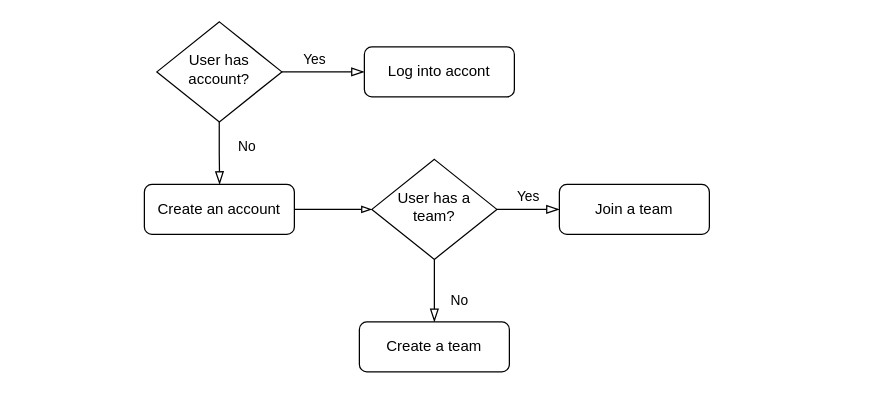
The draw.io diagram Documentation/meetings.flowchart.drawio in TeodoraLazaroiu/Meeting-Management-Application, before the edit. Source tidied: cells renumbered, new cells numbered last; positions are measured from the earlier drawing's top-left corner, leaving out a move shared by most shapes. Both pictures are drawn from the tidied source at 125%, with x=0, y=0 at pixel (144, 21).
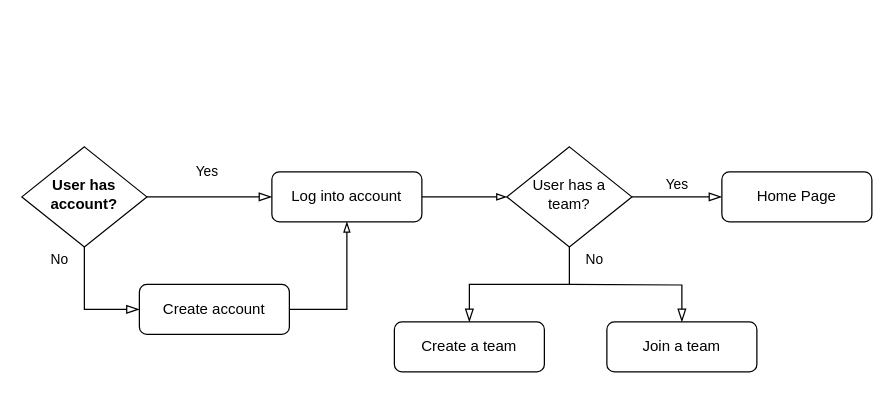
The same diagram, later.

Diff of the diagram source:
```diff
@@
-    <mxCell id="2" value="Yes" style="edgeStyle=orthogonalEdgeStyle;rounded=0;html=1;jettySize=auto;fontSize=11;endArrow=blockThin;endFill=0;endSize=8;strokeWidth=1;shadow=0;labelBackgroundColor=none;" parent="1" edge="1" source="3" target="4">
-      <mxGeometry x="-0.2" y="10" relative="1" as="geometry" />
+    <mxCell id="2" value="No" style="edgeStyle=orthogonalEdgeStyle;rounded=0;html=1;jettySize=auto;fontSize=11;endArrow=blockThin;endFill=0;endSize=8;strokeWidth=1;shadow=0;labelBackgroundColor=none;" parent="1" edge="1" source="3" target="4">
+      <mxGeometry x="-0.79" y="-20" relative="1" as="geometry">
+        <Array as="points">
+          <mxPoint x="-48" y="230" />
+        </Array>
+      </mxGeometry>
     </mxCell>
-    <mxCell id="3" value="User has account?" style="rhombus;whiteSpace=wrap;html=1;shadow=0;fontFamily=Helvetica;fontSize=12;align=center;strokeWidth=1;spacing=6;spacingTop=-4;" parent="1" vertex="1">
-      <mxGeometry x="10" width="100" height="80" as="geometry" />
+    <mxCell id="3" value="User has account?" style="rhombus;whiteSpace=wrap;html=1;shadow=0;fontFamily=Helvetica;fontSize=12;align=center;strokeWidth=1;spacing=6;spacingTop=-4;fontStyle=1;" parent="1" vertex="1">
+      <mxGeometry x="-98" y="100" width="100" height="80" as="geometry" />
     </mxCell>
-    <mxCell id="4" value="Log into accont" style="rounded=1;whiteSpace=wrap;html=1;fontSize=12;glass=0;strokeWidth=1;shadow=0;" parent="1" vertex="1">
-      <mxGeometry x="176" y="20" width="120" height="40" as="geometry" />
+    <mxCell id="4" value="Create account" style="rounded=1;whiteSpace=wrap;html=1;fontSize=12;glass=0;strokeWidth=1;shadow=0;" parent="1" vertex="1">
+      <mxGeometry x="-4" y="210" width="120" height="40" as="geometry" />
     </mxCell>
     <mxCell id="5" value="No" style="rounded=0;html=1;jettySize=auto;fontSize=11;endArrow=blockThin;endFill=0;endSize=8;strokeWidth=1;shadow=0;labelBackgroundColor=none;edgeStyle=orthogonalEdgeStyle;" parent="1" edge="1" source="7" target="8">
-      <mxGeometry x="0.33" y="20" relative="1" as="geometry" />
+      <mxGeometry x="-0.86" y="20" relative="1" as="geometry" />
     </mxCell>
@@
     <mxCell id="7" value="User has a team?" style="rhombus;whiteSpace=wrap;html=1;shadow=0;fontFamily=Helvetica;fontSize=12;align=center;strokeWidth=1;spacing=6;spacingTop=-4;" parent="1" vertex="1">
-      <mxGeometry x="182" y="110" width="100" height="80" as="geometry" />
+      <mxGeometry x="290" y="100" width="100" height="80" as="geometry" />
     </mxCell>
     <mxCell id="8" value="Create a team" style="rounded=1;whiteSpace=wrap;html=1;fontSize=12;glass=0;strokeWidth=1;shadow=0;" parent="1" vertex="1">
-      <mxGeometry x="172" y="240" width="120" height="40" as="geometry" />
+      <mxGeometry x="200" y="240" width="120" height="40" as="geometry" />
     </mxCell>
-    <mxCell id="9" value="Join a team" style="rounded=1;whiteSpace=wrap;html=1;fontSize=12;glass=0;strokeWidth=1;shadow=0;" parent="1" vertex="1">
-      <mxGeometry x="332" y="130" width="120" height="40" as="geometry" />
+    <mxCell id="9" value="Home Page" style="rounded=1;whiteSpace=wrap;html=1;fontSize=12;glass=0;strokeWidth=1;shadow=0;" parent="1" vertex="1">
+      <mxGeometry x="462" y="120" width="120" height="40" as="geometry" />
     </mxCell>
@@
-    <mxCell id="11" value="Create an account" style="rounded=1;whiteSpace=wrap;html=1;fontSize=12;glass=0;strokeWidth=1;shadow=0;" parent="1" vertex="1">
-      <mxGeometry y="130" width="120" height="40" as="geometry" />
+    <mxCell id="11" value="Log into account" style="rounded=1;whiteSpace=wrap;html=1;fontSize=12;glass=0;strokeWidth=1;shadow=0;" parent="1" vertex="1">
+      <mxGeometry x="102" y="120" width="120" height="40" as="geometry" />
     </mxCell>
-    <mxCell id="12" value="No" style="rounded=0;html=1;jettySize=auto;orthogonalLoop=1;fontSize=11;endArrow=blockThin;endFill=0;endSize=8;strokeWidth=1;shadow=0;labelBackgroundColor=none;edgeStyle=orthogonalEdgeStyle;" parent="1" edge="1">
-      <mxGeometry x="-0.2" y="22" relative="1" as="geometry">
-        <mxPoint x="59.9" y="80" as="sourcePoint" />
-        <mxPoint x="60.2" y="130" as="targetPoint" />
+    <mxCell id="12" value="Yes" style="rounded=0;html=1;jettySize=auto;fontSize=11;endArrow=blockThin;endFill=0;endSize=8;strokeWidth=1;shadow=0;labelBackgroundColor=none;edgeStyle=orthogonalEdgeStyle;exitX=1;exitY=0.5;exitDx=0;exitDy=0;" parent="1" edge="1" source="3">
+      <mxGeometry x="-0.05" y="20" relative="1" as="geometry">
+        <mxPoint x="102" y="140" as="targetPoint" />
         <Array as="points">
-          <mxPoint x="60.2" y="105" />
-          <mxPoint x="60.2" y="105" />
+          <mxPoint x="22" y="140" />
+          <mxPoint x="22" y="140" />
         </Array>
       </mxGeometry>
     </mxCell>
+    <mxCell id="13" style="edgeStyle=orthogonalEdgeStyle;rounded=0;jettySize=auto;html=1;exitX=1;exitY=0.5;exitDx=0;exitDy=0;endArrow=blockThin;endFill=0;entryX=0.5;entryY=1;entryDx=0;entryDy=0;" parent="1" edge="1" source="4" target="11">
+      <mxGeometry relative="1" as="geometry">
+        <Array as="points">
+          <mxPoint x="162" y="230" />
+        </Array>
+      </mxGeometry>
+    </mxCell>
+    <mxCell id="14" value="Join a team" style="rounded=1;whiteSpace=wrap;html=1;fontSize=12;glass=0;strokeWidth=1;shadow=0;" parent="1" vertex="1">
+      <mxGeometry x="370" y="240" width="120" height="40" as="geometry" />
+    </mxCell>
+    <mxCell id="15" style="edgeStyle=orthogonalEdgeStyle;rounded=0;html=1;jettySize=auto;fontSize=11;endArrow=blockThin;endFill=0;endSize=8;strokeWidth=1;shadow=0;labelBackgroundColor=none;entryX=0.5;entryY=0;entryDx=0;entryDy=0;" parent="1" edge="1" target="14">
+      <mxGeometry y="10" relative="1" as="geometry">
+        <mxPoint x="340" y="210" as="sourcePoint" />
+      </mxGeometry>
+    </mxCell>
```
